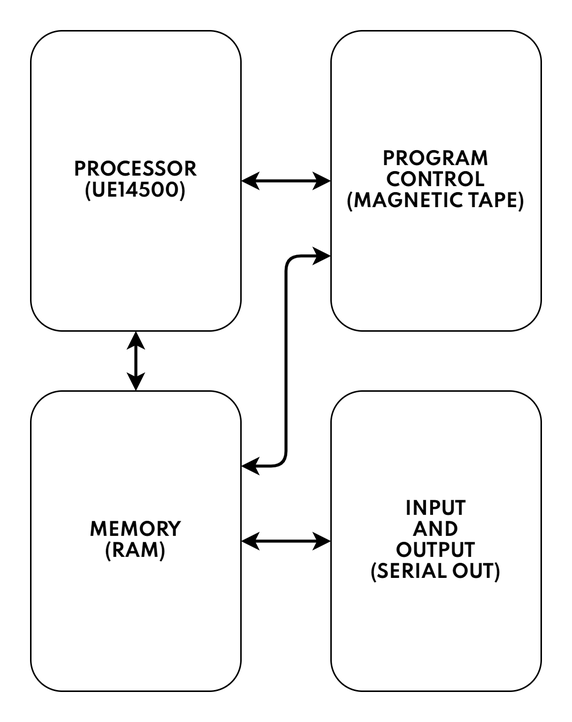
Before: Reference/TotalComputer.png, a diagram exported from draw.io (Nakazoto/UEVTC). Source tidied: cells renumbered, new cells last; positions are measured from the earlier drawing's top-left corner, leaving out a move shared by most shapes.
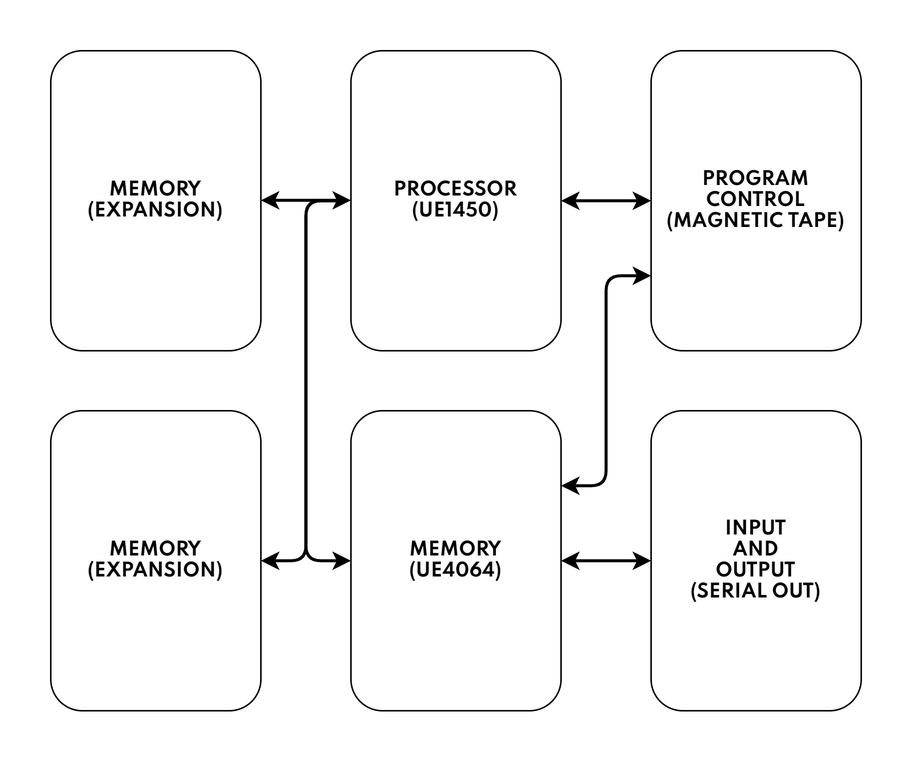
After the commit.

The edit, as a diff of the source:
```diff
@@ -2,10 +2,10 @@
   <root>
     <mxCell id="0" />
     <mxCell id="1" parent="0" />
-    <mxCell id="2" value="PROCESSOR&lt;br&gt;(UE14500)" style="rounded=1;whiteSpace=wrap;html=1;fontFamily=SPARTAN;fontStyle=1;" parent="1" vertex="1">
+    <mxCell id="2" value="PROCESSOR&lt;br&gt;(UE1450)" style="rounded=1;whiteSpace=wrap;html=1;fontFamily=SPARTAN;fontStyle=1;" parent="1" vertex="1">
       <mxGeometry width="140" height="200" as="geometry" />
     </mxCell>
-    <mxCell id="3" value="MEMORY&lt;br&gt;(RAM)" style="rounded=1;whiteSpace=wrap;html=1;fontFamily=SPARTAN;fontStyle=1;" parent="1" vertex="1">
+    <mxCell id="3" value="MEMORY&lt;br&gt;(UE4064)" style="rounded=1;whiteSpace=wrap;html=1;fontFamily=SPARTAN;fontStyle=1;" parent="1" vertex="1">
       <mxGeometry y="240" width="140" height="200" as="geometry" />
     </mxCell>
     <mxCell id="4" value="PROGRAM&lt;br&gt;CONTROL&lt;br&gt;(MAGNETIC TAPE)" style="rounded=1;whiteSpace=wrap;html=1;fontFamily=SPARTAN;fontStyle=1;" parent="1" vertex="1">
@@ -14,9 +14,6 @@
     <mxCell id="5" value="INPUT&lt;br&gt;AND&lt;br&gt;OUTPUT&lt;br&gt;(SERIAL OUT)" style="rounded=1;whiteSpace=wrap;html=1;fontFamily=SPARTAN;fontStyle=1;" parent="1" vertex="1">
       <mxGeometry x="200" y="240" width="140" height="200" as="geometry" />
     </mxCell>
-    <mxCell id="6" style="endArrow=classic;startArrow=classic;html=1;fontFamily=SPARTAN;exitX=0.5;exitY=0;exitDx=0;exitDy=0;entryX=0.5;entryY=1;entryDx=0;entryDy=0;strokeWidth=2;" parent="1" edge="1" source="3" target="2">
-      <mxGeometry relative="1" as="geometry" />
-    </mxCell>
     <mxCell id="7" style="endArrow=classic;startArrow=classic;html=1;fontFamily=SPARTAN;entryX=1;entryY=0.5;entryDx=0;entryDy=0;strokeWidth=2;" parent="1" edge="1" source="4" target="2">
       <mxGeometry relative="1" as="geometry" />
     </mxCell>
@@ -31,5 +28,35 @@
     <mxCell id="9" style="endArrow=classic;startArrow=classic;html=1;fontFamily=SPARTAN;entryX=1;entryY=0.5;entryDx=0;entryDy=0;strokeWidth=2;" parent="1" edge="1" source="5" target="3">
       <mxGeometry relative="1" as="geometry" />
     </mxCell>
+    <mxCell id="10" value="MEMORY&lt;br&gt;(EXPANSION)" style="rounded=1;whiteSpace=wrap;html=1;fontFamily=SPARTAN;fontStyle=1;" parent="1" vertex="1">
+      <mxGeometry x="-200" width="140" height="200" as="geometry" />
+    </mxCell>
+    <mxCell id="11" value="MEMORY&lt;br&gt;(EXPANSION)" style="rounded=1;whiteSpace=wrap;html=1;fontFamily=SPARTAN;fontStyle=1;" parent="1" vertex="1">
+      <mxGeometry x="-200" y="240" width="140" height="200" as="geometry" />
+    </mxCell>
+    <mxCell id="12" style="endArrow=classic;startArrow=classic;html=1;fontFamily=SPARTAN;entryX=1;entryY=0.5;entryDx=0;entryDy=0;strokeWidth=2;" parent="1" edge="1">
+      <mxGeometry relative="1" as="geometry">
+        <mxPoint y="99.7" as="sourcePoint" />
+        <mxPoint x="-60" y="99.7" as="targetPoint" />
+      </mxGeometry>
+    </mxCell>
+    <mxCell id="13" style="endArrow=classic;html=1;entryX=1;entryY=0.5;entryDx=0;entryDy=0;strokeWidth=2;" parent="1" edge="1" target="11">
+      <mxGeometry relative="1" as="geometry">
+        <mxPoint x="-10" y="100" as="sourcePoint" />
+        <Array as="points">
+          <mxPoint x="-30" y="100" />
+          <mxPoint x="-30" y="340" />
+        </Array>
+      </mxGeometry>
+    </mxCell>
+    <mxCell id="14" style="endArrow=classic;html=1;strokeWidth=2;entryX=0;entryY=0.5;entryDx=0;entryDy=0;" parent="1" edge="1" target="3">
+      <mxGeometry relative="1" as="geometry">
+        <mxPoint x="-10" y="100" as="sourcePoint" />
+        <Array as="points">
+          <mxPoint x="-30" y="100" />
+          <mxPoint x="-30" y="340" />
+        </Array>
+      </mxGeometry>
+    </mxCell>
   </root>
 </mxGraphModel>
```
